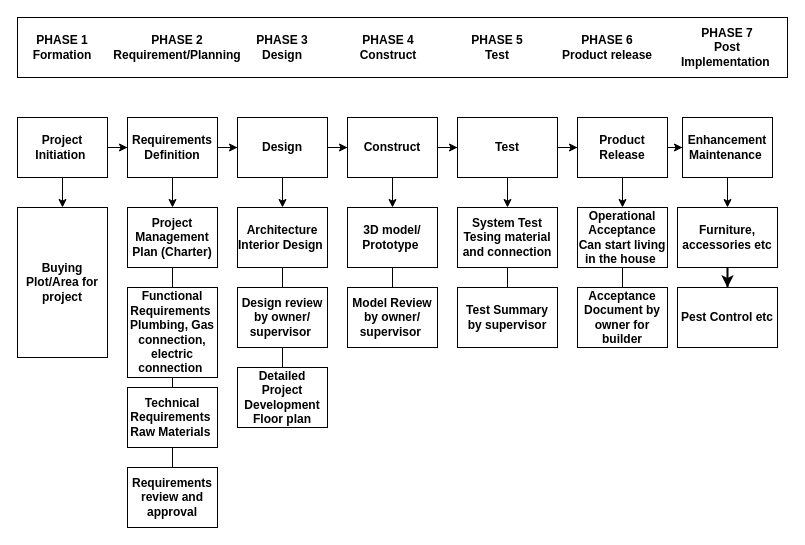
Above: Talk show.drawio in Dikshit28/SEPM_Dikshit19csu379 (draw.io), before the change. Source tidied: cells renumbered, new cells numbered last; positions are measured from the earlier drawing's top-left corner, leaving out a move shared by most shapes. Both pictures are drawn from the tidied source at 100%, with x=0, y=0 at pixel (17, 17).
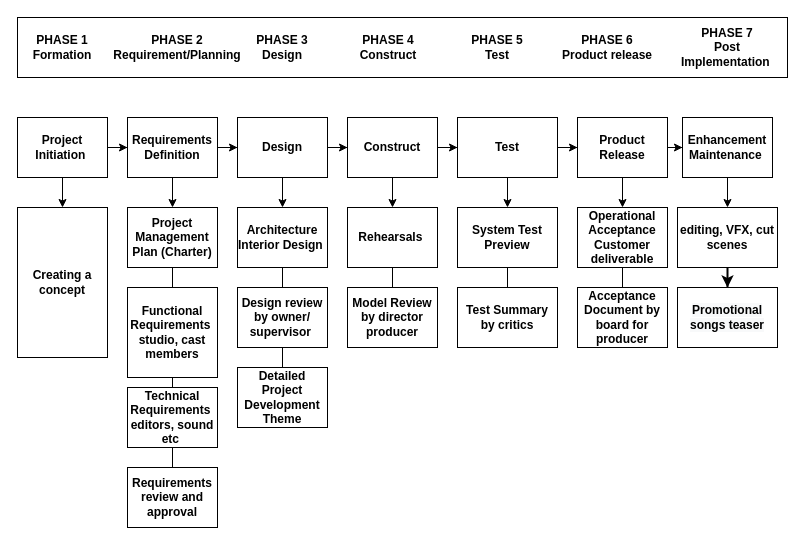
The same page after the edit.

What changed in the source:
```diff
@@
-    <mxCell id="30" value="Buying Plot/Area for project" style="rounded=0;whiteSpace=wrap;html=1;fontStyle=1;" parent="1" vertex="1">
+    <mxCell id="30" value="Creating a concept" style="rounded=0;whiteSpace=wrap;html=1;fontStyle=1;" parent="1" vertex="1">
       <mxGeometry y="190" width="90" height="150" as="geometry" />
     </mxCell>
@@
-    <mxCell id="32" value="Furniture, accessories etc" style="rounded=0;whiteSpace=wrap;html=1;fontStyle=1;" parent="1" vertex="1">
+    <mxCell id="32" value="editing, VFX, cut scenes" style="rounded=0;whiteSpace=wrap;html=1;fontStyle=1;" parent="1" vertex="1">
       <mxGeometry x="660" y="190" width="100" height="60" as="geometry" />
     </mxCell>
@@
-    <mxCell id="34" value="Operational Acceptance&lt;br&gt;Can start living in the house&amp;nbsp;" style="rounded=0;whiteSpace=wrap;html=1;fontStyle=1;" parent="1" vertex="1">
+    <mxCell id="34" value="Operational Acceptance&lt;br&gt;Customer deliverable" style="rounded=0;whiteSpace=wrap;html=1;fontStyle=1;" parent="1" vertex="1">
       <mxGeometry x="560" y="190" width="90" height="60" as="geometry" />
     </mxCell>
-    <mxCell id="35" value="Acceptance Document by owner for builder" style="rounded=0;whiteSpace=wrap;html=1;fontStyle=1;" parent="1" vertex="1">
+    <mxCell id="35" value="Acceptance Document by board for producer" style="rounded=0;whiteSpace=wrap;html=1;fontStyle=1;" parent="1" vertex="1">
       <mxGeometry x="560" y="270" width="90" height="60" as="geometry" />
     </mxCell>
@@
-    <mxCell id="37" value="System Test&lt;br&gt;Tesing material and connection" style="rounded=0;whiteSpace=wrap;html=1;fontStyle=1;" parent="1" vertex="1">
+    <mxCell id="37" value="System Test&lt;br&gt;Preview" style="rounded=0;whiteSpace=wrap;html=1;fontStyle=1;" parent="1" vertex="1">
       <mxGeometry x="440" y="190" width="100" height="60" as="geometry" />
     </mxCell>
-    <mxCell id="38" value="Test Summary by supervisor" style="rounded=0;whiteSpace=wrap;html=1;fontStyle=1;" parent="1" vertex="1">
+    <mxCell id="38" value="Test Summary by critics" style="rounded=0;whiteSpace=wrap;html=1;fontStyle=1;" parent="1" vertex="1">
       <mxGeometry x="440" y="270" width="100" height="60" as="geometry" />
     </mxCell>
@@
-    <mxCell id="40" value="3D model/ Prototype&amp;nbsp;" style="rounded=0;whiteSpace=wrap;html=1;fontStyle=1;" parent="1" vertex="1">
+    <mxCell id="40" value="Rehearsals&amp;nbsp;" style="rounded=0;whiteSpace=wrap;html=1;fontStyle=1;" parent="1" vertex="1">
       <mxGeometry x="330" y="190" width="90" height="60" as="geometry" />
     </mxCell>
-    <mxCell id="41" value="Model Review by owner/ supervisor&amp;nbsp;" style="rounded=0;whiteSpace=wrap;html=1;fontStyle=1;" parent="1" vertex="1">
+    <mxCell id="41" value="Model Review by director producer" style="rounded=0;whiteSpace=wrap;html=1;fontStyle=1;" parent="1" vertex="1">
       <mxGeometry x="330" y="270" width="90" height="60" as="geometry" />
     </mxCell>
@@
-    <mxCell id="46" value="Detailed Project Development&lt;br&gt;Floor plan" style="rounded=0;whiteSpace=wrap;html=1;fontStyle=1;" parent="1" vertex="1">
+    <mxCell id="46" value="Detailed Project Development&lt;br&gt;Theme" style="rounded=0;whiteSpace=wrap;html=1;fontStyle=1;" parent="1" vertex="1">
       <mxGeometry x="220" y="350" width="90" height="60" as="geometry" />
     </mxCell>
@@
-    <mxCell id="50" value="Functional Requirements&amp;nbsp;&lt;br&gt;Plumbing, Gas connection, electric connection&amp;nbsp;" style="rounded=0;whiteSpace=wrap;html=1;fontStyle=1;" parent="1" vertex="1">
+    <mxCell id="50" value="Functional Requirements&amp;nbsp;&lt;br&gt;studio, cast members" style="rounded=0;whiteSpace=wrap;html=1;fontStyle=1;" parent="1" vertex="1">
       <mxGeometry x="110" y="270" width="90" height="90" as="geometry" />
     </mxCell>
@@
-    <mxCell id="52" value="Technical Requirements&amp;nbsp;&lt;br&gt;Raw Materials&amp;nbsp;" style="rounded=0;whiteSpace=wrap;html=1;fontStyle=1;" parent="1" vertex="1">
+    <mxCell id="52" value="Technical Requirements&amp;nbsp;&lt;br&gt;editors, sound etc&amp;nbsp;" style="rounded=0;whiteSpace=wrap;html=1;fontStyle=1;" parent="1" vertex="1">
       <mxGeometry x="110" y="370" width="90" height="60" as="geometry" />
     </mxCell>
@@
-    <mxCell id="54" value="Pest Control etc" style="rounded=0;whiteSpace=wrap;html=1;fontStyle=1;" parent="1" vertex="1">
+    <mxCell id="54" value="&#10;&#10;&lt;span style=&quot;color: rgb(0, 0, 0); font-family: helvetica; font-size: 12px; font-style: normal; font-weight: 700; letter-spacing: normal; text-align: center; text-indent: 0px; text-transform: none; word-spacing: 0px; background-color: rgb(248, 249, 250); display: inline; float: none;&quot;&gt;Promotional songs teaser&lt;/span&gt;&#10;&#10;" style="rounded=0;whiteSpace=wrap;html=1;fontStyle=1;" parent="1" vertex="1">
       <mxGeometry x="660" y="270" width="100" height="60" as="geometry" />
     </mxCell>
```
